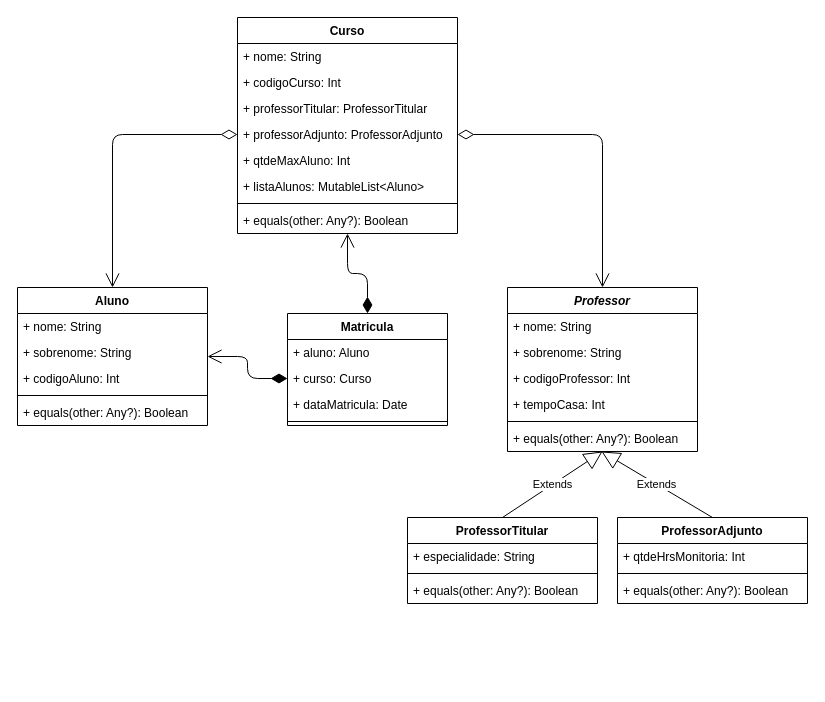
Earlier version of the draw.io diagram uml/DesafioKotlin.drawio (JonatasEliel/DesafioKotlin). Source tidied: cells renumbered, new cells numbered last; positions are measured from the earlier drawing's top-left corner, leaving out a move shared by most shapes. Both pictures are drawn from the tidied source at 100%, with x=0, y=0 at pixel (17, 17).
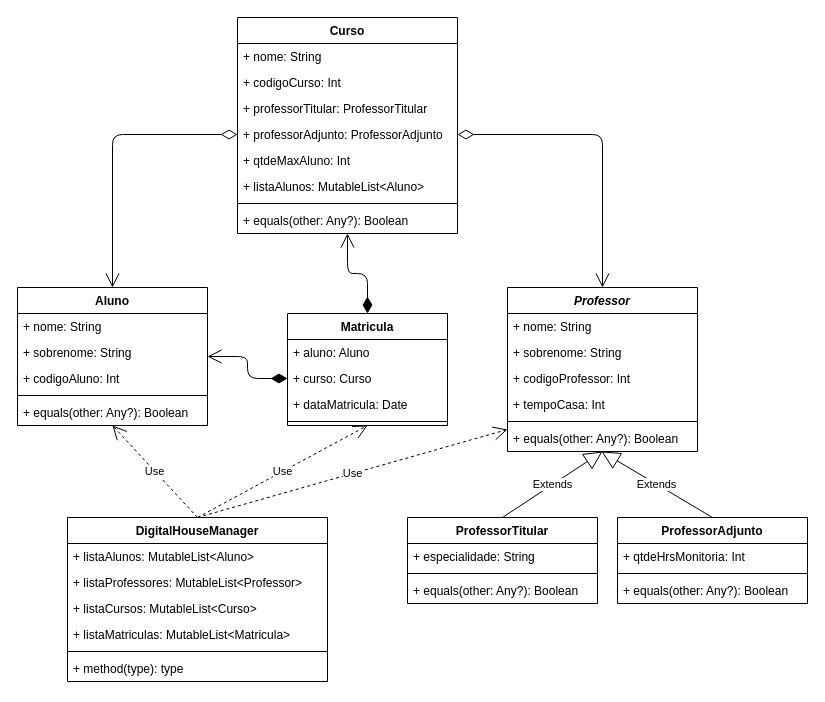
After the change.

Commit message:
insercao da classe DigitalHouseManager

The change refers to these unchanged cells:
```xml
<mxCell id="13" value="Aluno" style="swimlane;fontStyle=1;align=center;verticalAlign=top;horizontal=1;startSize=26;" parent="1" vertex="1">
  <mxGeometry y="270" width="190" height="138" as="geometry" />
</mxCell>
<mxCell id="25" value="+ equals(other: Any?): Boolean" style="text;strokeColor=none;fillColor=none;align=left;verticalAlign=top;spacingLeft=4;spacingRight=4;overflow=hidden;points=[[0,0.5],[1,0.5]];portConstraint=eastwest;" parent="19" vertex="1">
  <mxGeometry y="138" width="190" height="26" as="geometry" />
</mxCell>
<mxCell id="36" value="Matricula" style="swimlane;fontStyle=1;align=center;verticalAlign=top;horizontal=1;startSize=26;" parent="1" vertex="1">
  <mxGeometry x="270" y="296" width="160" height="112" as="geometry" />
</mxCell>
```

Change to the diagram source:
```diff
@@
+    <mxCell id="43" value="DigitalHouseManager" style="swimlane;fontStyle=1;align=center;verticalAlign=top;horizontal=1;startSize=26;" parent="1" vertex="1">
+      <mxGeometry x="50" y="500" width="260" height="164" as="geometry" />
+    </mxCell>
+    <mxCell id="44" value="+ listaAlunos: MutableList&lt;Aluno&gt;" style="text;strokeColor=none;fillColor=none;align=left;verticalAlign=top;spacingLeft=4;spacingRight=4;overflow=hidden;" parent="43" vertex="1">
+      <mxGeometry y="26" width="260" height="26" as="geometry" />
+    </mxCell>
+    <mxCell id="45" value="+ listaProfessores: MutableList&lt;Professor&gt;" style="text;strokeColor=none;fillColor=none;align=left;verticalAlign=top;spacingLeft=4;spacingRight=4;overflow=hidden;" parent="43" vertex="1">
+      <mxGeometry y="52" width="260" height="26" as="geometry" />
+    </mxCell>
+    <mxCell id="46" value="+ listaCursos: MutableList&lt;Curso&gt;" style="text;strokeColor=none;fillColor=none;align=left;verticalAlign=top;spacingLeft=4;spacingRight=4;overflow=hidden;" parent="43" vertex="1">
+      <mxGeometry y="78" width="260" height="26" as="geometry" />
+    </mxCell>
+    <mxCell id="47" value="+ listaMatriculas: MutableList&lt;Matricula&gt;" style="text;strokeColor=none;fillColor=none;align=left;verticalAlign=top;spacingLeft=4;spacingRight=4;overflow=hidden;" parent="43" vertex="1">
+      <mxGeometry y="104" width="260" height="26" as="geometry" />
+    </mxCell>
+    <mxCell id="48" style="line;strokeWidth=1;fillColor=none;align=left;verticalAlign=middle;spacingTop=-1;spacingLeft=3;spacingRight=3;labelPosition=right;" parent="43" vertex="1">
+      <mxGeometry y="130" width="260" height="8" as="geometry" />
+    </mxCell>
+    <mxCell id="49" value="+ method(type): type" style="text;strokeColor=none;fillColor=none;align=left;verticalAlign=top;spacingLeft=4;spacingRight=4;overflow=hidden;" parent="43" vertex="1">
+      <mxGeometry y="138" width="260" height="26" as="geometry" />
+    </mxCell>
+    <mxCell id="50" value="Use" style="endArrow=open;endSize=12;dashed=1;html=1;exitX=0.5;exitY=0;exitDx=0;exitDy=0;entryX=0.5;entryY=1;entryDx=0;entryDy=0;" parent="1" edge="1" source="43" target="13">
+      <mxGeometry relative="1" as="geometry" />
+    </mxCell>
+    <mxCell id="51" value="Use" style="endArrow=open;endSize=12;dashed=1;html=1;exitX=0.5;exitY=0;exitDx=0;exitDy=0;entryX=0.5;entryY=1;entryDx=0;entryDy=0;" parent="1" edge="1" target="36">
+      <mxGeometry relative="1" as="geometry">
+        <mxPoint x="180" y="500" as="sourcePoint" />
+      </mxGeometry>
+    </mxCell>
+    <mxCell id="52" value="Use" style="endArrow=open;endSize=12;dashed=1;html=1;exitX=0.5;exitY=0;exitDx=0;exitDy=0;entryX=0;entryY=0.154;entryDx=0;entryDy=0;entryPerimeter=0;" parent="1" edge="1" source="43" target="25">
+      <mxGeometry relative="1" as="geometry" />
+    </mxCell>
```
